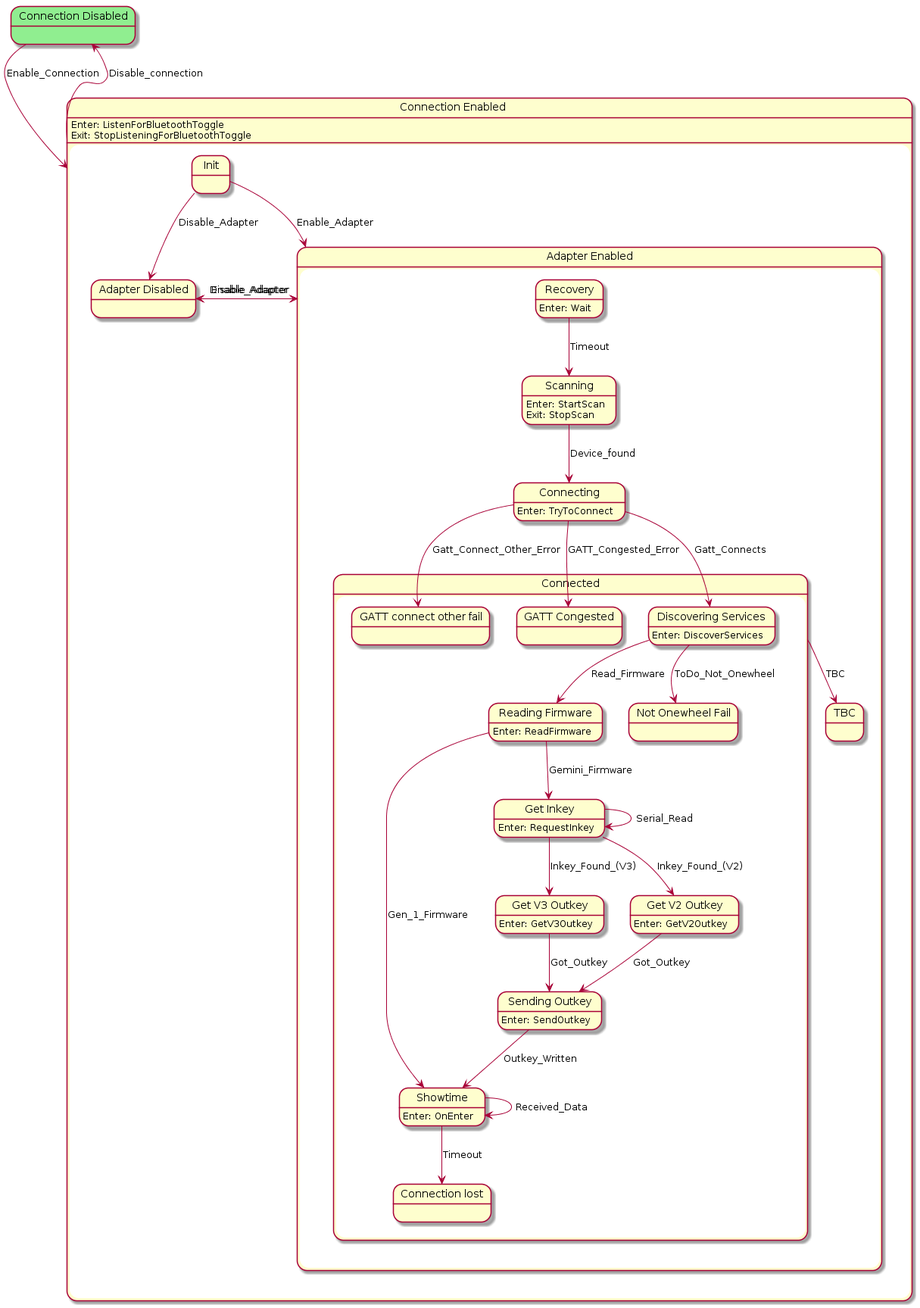
tekkies/android-ponewheel keeps this PlantUML diagram as doc/ponewheel-state.png. Above is the earlier version.
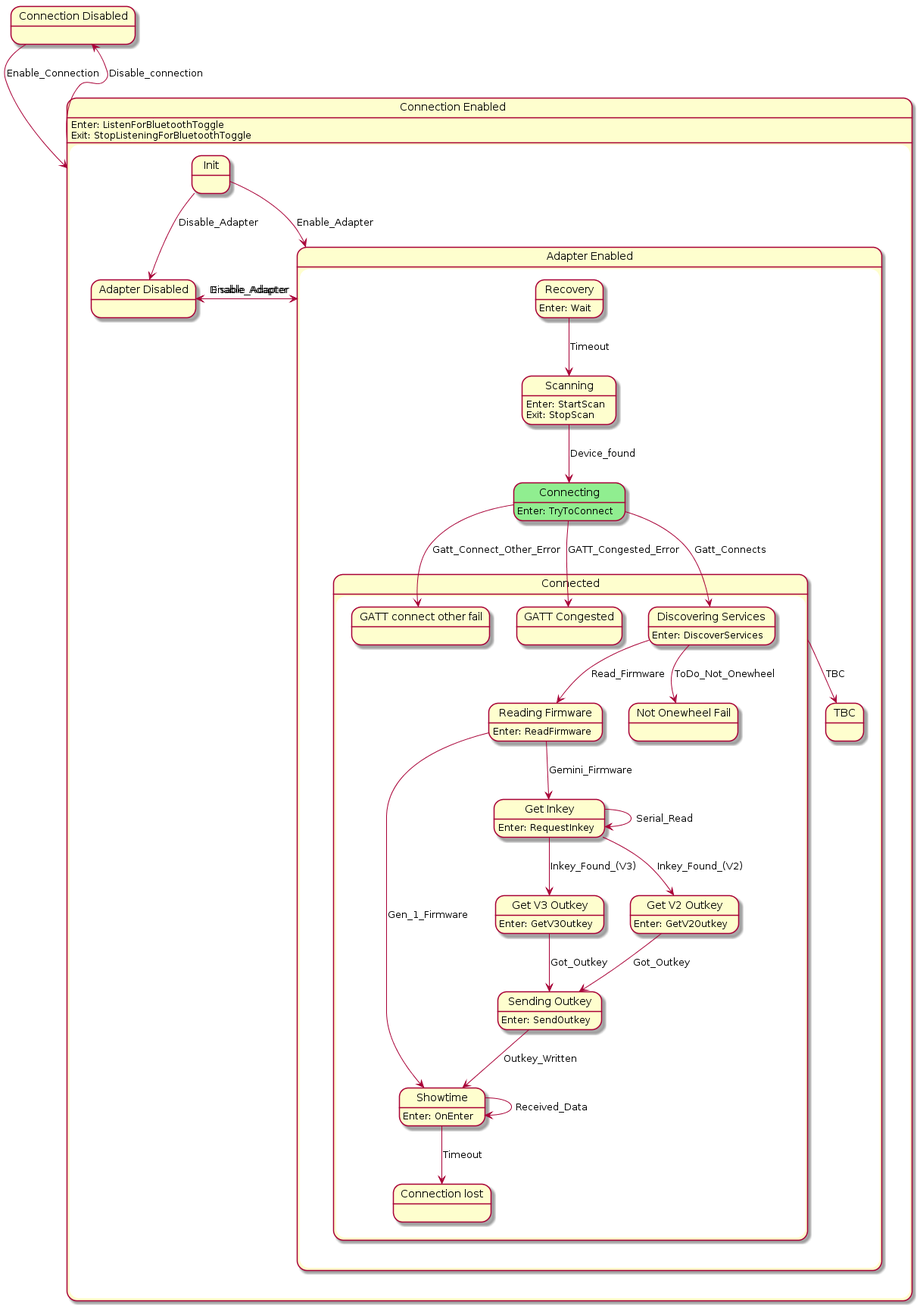
The same file after the commit.

The edit, as a diff of the source:
```diff
@@ -34,7 +34,7 @@
 Discovering_Services : Enter: DiscoverServices
             }
         }
-        state "Connecting" as Connecting  {
+        state "Connecting" as Connecting #LightGreen {
 Connecting : Enter: TryToConnect
         }
         state "Recovery" as Recovery  {
@@ -50,7 +50,7 @@
     }
 Connection_Enabled : Enter: ListenForBluetoothToggle\nExit: StopListeningForBluetoothToggle
 }
-state "Connection Disabled" as Connection_Disabled #LightGreen {
+state "Connection Disabled" as Connection_Disabled  {
 }
 Adapter_Disabled --> Adapter_Enabled : Enable_Adapter
 Reading_Firmware --> Showtime : Gen_1_Firmware
```
